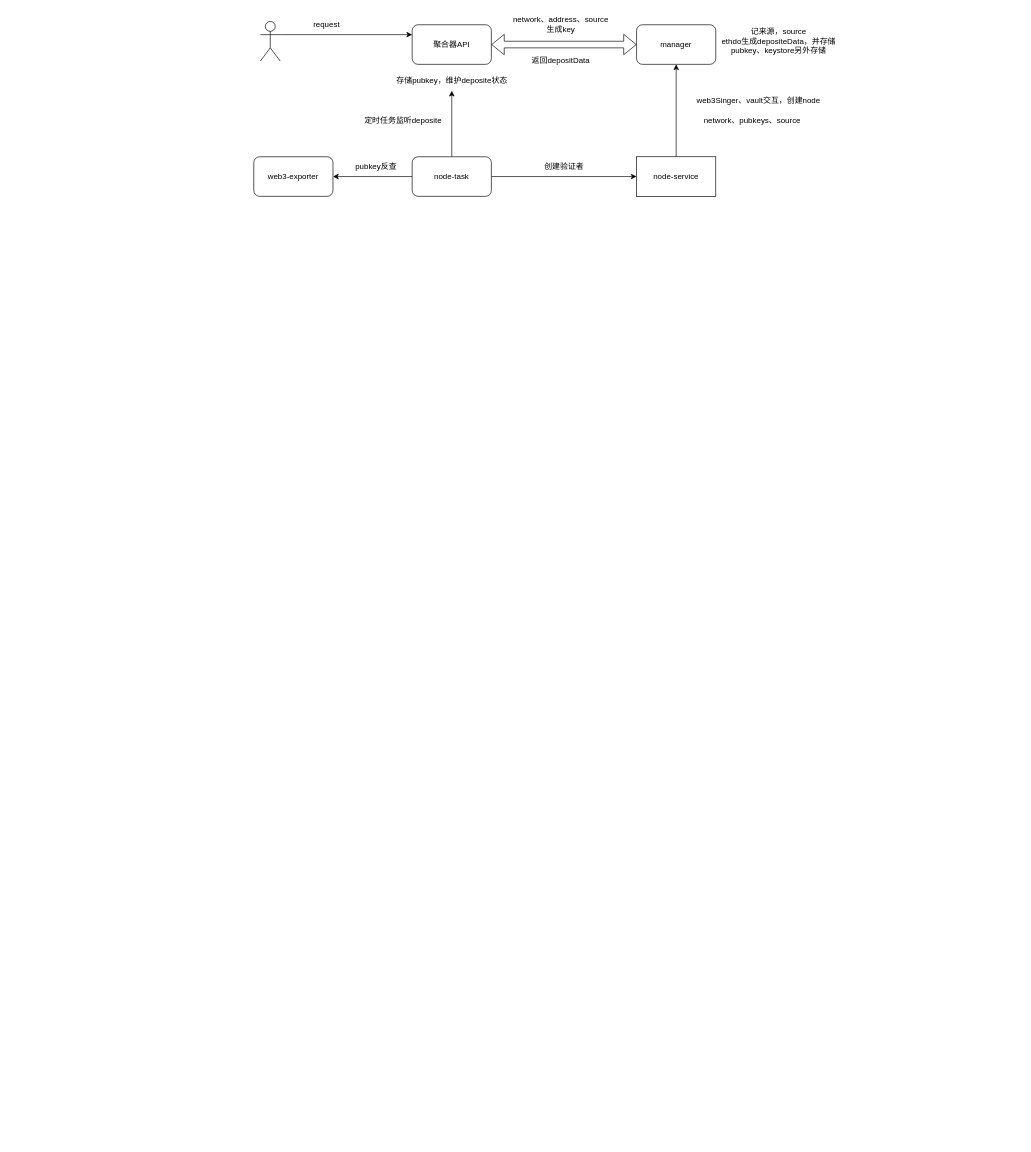
duktig666/draw.io keeps this draw.io diagram as project/web3/ETH2流程.drawio. Above is the earlier version. Source tidied: cells renumbered, new cells numbered last; positions are measured from the earlier drawing's top-left corner, leaving out a move shared by most shapes. Both pictures are drawn from the tidied source at 66%, with x=0, y=0 at pixel (253, 11).
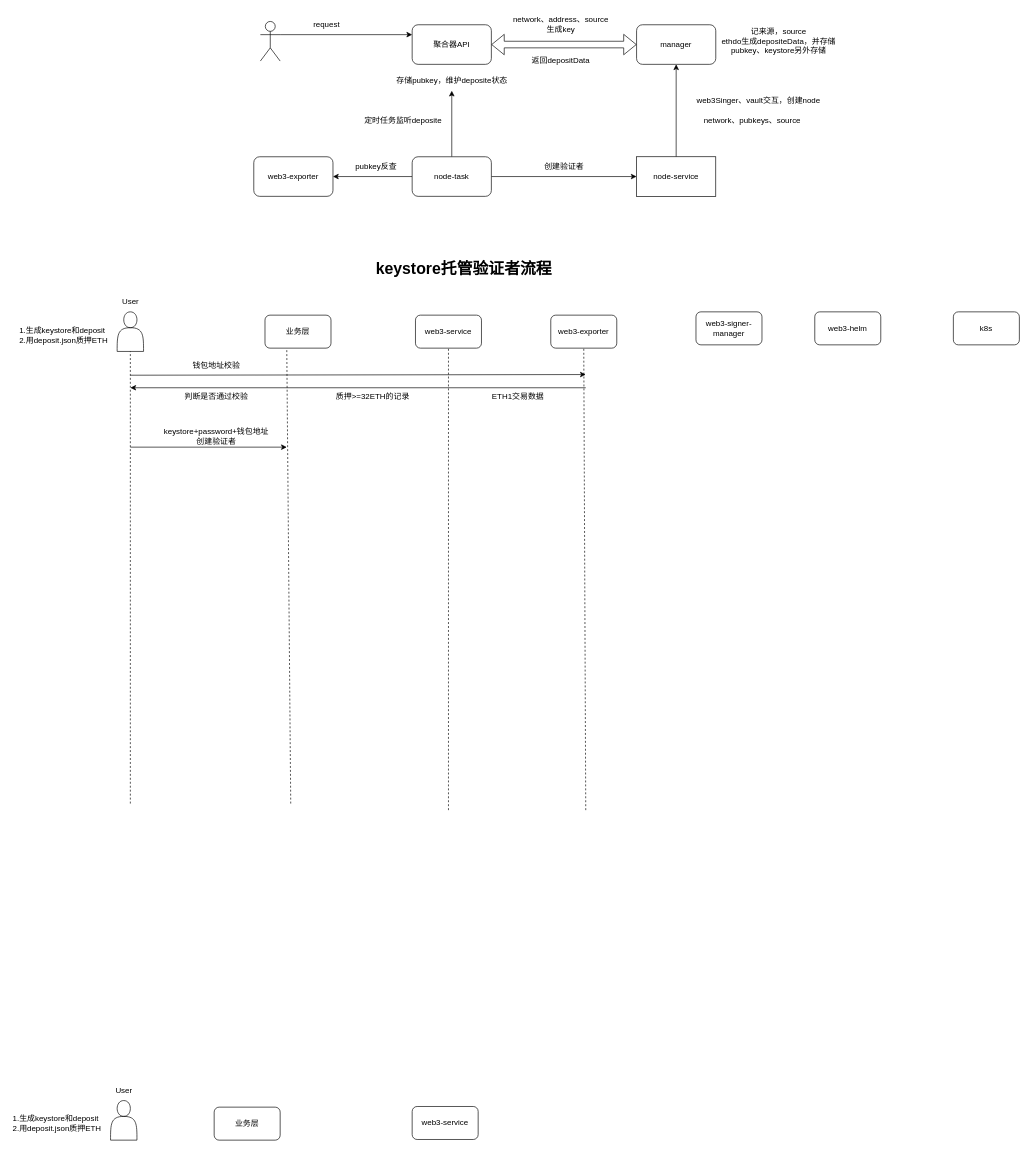
The same diagram, later.

What changed in the source:
```diff
@@
+    <mxCell id="24" value="&lt;font style=&quot;font-size: 24px;&quot;&gt;&lt;b&gt;keystore托管验证者流程&lt;/b&gt;&lt;/font&gt;" style="text;html=1;align=center;verticalAlign=middle;strokeColor=none;fillColor=none;" parent="1" vertex="1">
+      <mxGeometry x="173" y="370" width="290" height="40" as="geometry" />
+    </mxCell>
+    <mxCell id="25" style="shape=actor;whiteSpace=wrap;html=1;fontSize=24;" parent="1" vertex="1">
+      <mxGeometry x="-207" y="455" width="40" height="60" as="geometry" />
+    </mxCell>
+    <mxCell id="26" value="1.生成keystore和deposit&lt;br&gt;2.用deposit.json质押ETH" style="text;html=1;align=left;verticalAlign=middle;strokeColor=none;fillColor=none;fontSize=12;" parent="1" vertex="1">
+      <mxGeometry x="-357" y="470" width="160" height="40" as="geometry" />
+    </mxCell>
+    <mxCell id="27" style="endArrow=none;dashed=1;html=1;rounded=0;fontSize=12;entryX=0.5;entryY=1;entryDx=0;entryDy=0;" parent="1" edge="1" target="25">
+      <mxGeometry relative="1" as="geometry">
+        <mxPoint x="-187" y="1200" as="sourcePoint" />
+      </mxGeometry>
+    </mxCell>
+    <mxCell id="28" value="User" style="text;html=1;align=center;verticalAlign=middle;strokeColor=none;fillColor=none;fontSize=12;" parent="1" vertex="1">
+      <mxGeometry x="-212" y="425" width="50" height="30" as="geometry" />
+    </mxCell>
+    <mxCell id="29" value="业务层" style="rounded=1;whiteSpace=wrap;html=1;fontSize=12;" parent="1" vertex="1">
+      <mxGeometry x="17" y="460" width="100" height="50" as="geometry" />
+    </mxCell>
+    <mxCell id="30" value="web3-service" style="rounded=1;whiteSpace=wrap;html=1;fontSize=12;" parent="1" vertex="1">
+      <mxGeometry x="245" y="460" width="100" height="50" as="geometry" />
+    </mxCell>
+    <mxCell id="31" value="web3-signer-manager" style="rounded=1;whiteSpace=wrap;html=1;fontSize=12;" parent="1" vertex="1">
+      <mxGeometry x="670" y="455" width="100" height="50" as="geometry" />
+    </mxCell>
+    <mxCell id="32" value="web3-helm" style="rounded=1;whiteSpace=wrap;html=1;fontSize=12;" parent="1" vertex="1">
+      <mxGeometry x="850" y="455" width="100" height="50" as="geometry" />
+    </mxCell>
+    <mxCell id="33" value="k8s" style="rounded=1;whiteSpace=wrap;html=1;fontSize=12;" parent="1" vertex="1">
+      <mxGeometry x="1060" y="455" width="100" height="50" as="geometry" />
+    </mxCell>
+    <mxCell id="34" style="endArrow=classic;html=1;rounded=0;fontSize=12;" parent="1" edge="1">
+      <mxGeometry relative="1" as="geometry">
+        <mxPoint x="-187" y="660" as="sourcePoint" />
+        <mxPoint x="50" y="660" as="targetPoint" />
+      </mxGeometry>
+    </mxCell>
+    <mxCell id="35" value="keystore+password+钱包地址&lt;br&gt;创建验证者" style="text;html=1;align=center;verticalAlign=middle;strokeColor=none;fillColor=none;fontSize=12;" parent="1" vertex="1">
+      <mxGeometry x="-147" y="624" width="180" height="40" as="geometry" />
+    </mxCell>
+    <mxCell id="36" style="endArrow=none;dashed=1;html=1;rounded=0;fontSize=12;" parent="1" edge="1">
+      <mxGeometry relative="1" as="geometry">
+        <mxPoint x="56" y="1200" as="sourcePoint" />
+        <mxPoint x="50" y="510" as="targetPoint" />
+      </mxGeometry>
+    </mxCell>
+    <mxCell id="37" style="endArrow=classic;html=1;rounded=0;fontSize=12;" parent="1" edge="1">
+      <mxGeometry relative="1" as="geometry">
+        <mxPoint x="-187" y="551" as="sourcePoint" />
+        <mxPoint x="503" y="550" as="targetPoint" />
+      </mxGeometry>
+    </mxCell>
+    <mxCell id="38" value="钱包地址校验" style="text;html=1;align=center;verticalAlign=middle;strokeColor=none;fillColor=none;fontSize=12;" parent="1" vertex="1">
+      <mxGeometry x="-107" y="522" width="100" height="30" as="geometry" />
+    </mxCell>
+    <mxCell id="39" style="endArrow=none;dashed=1;html=1;rounded=0;fontSize=12;entryX=0.5;entryY=1;entryDx=0;entryDy=0;" parent="1" edge="1" target="30">
+      <mxGeometry relative="1" as="geometry">
+        <mxPoint x="295" y="1210" as="sourcePoint" />
+      </mxGeometry>
+    </mxCell>
+    <mxCell id="40" style="shape=actor;whiteSpace=wrap;html=1;fontSize=24;" parent="1" vertex="1">
+      <mxGeometry x="-217" y="1650" width="40" height="60" as="geometry" />
+    </mxCell>
+    <mxCell id="41" value="1.生成keystore和deposit&lt;br&gt;2.用deposit.json质押ETH" style="text;html=1;align=left;verticalAlign=middle;strokeColor=none;fillColor=none;fontSize=12;" parent="1" vertex="1">
+      <mxGeometry x="-367" y="1665" width="160" height="40" as="geometry" />
+    </mxCell>
+    <mxCell id="42" value="User" style="text;html=1;align=center;verticalAlign=middle;strokeColor=none;fillColor=none;fontSize=12;" parent="1" vertex="1">
+      <mxGeometry x="-222" y="1620" width="50" height="30" as="geometry" />
+    </mxCell>
+    <mxCell id="43" value="业务层" style="rounded=1;whiteSpace=wrap;html=1;fontSize=12;" parent="1" vertex="1">
+      <mxGeometry x="-60" y="1660" width="100" height="50" as="geometry" />
+    </mxCell>
+    <mxCell id="44" value="web3-exporter" style="rounded=1;whiteSpace=wrap;html=1;fontSize=12;" parent="1" vertex="1">
+      <mxGeometry x="450" y="460" width="100" height="50" as="geometry" />
+    </mxCell>
+    <mxCell id="45" style="endArrow=none;dashed=1;html=1;rounded=0;fontSize=12;entryX=0.5;entryY=1;entryDx=0;entryDy=0;" parent="1" edge="1" target="44">
+      <mxGeometry relative="1" as="geometry">
+        <mxPoint x="503" y="1210" as="sourcePoint" />
+      </mxGeometry>
+    </mxCell>
+    <mxCell id="46" value="web3-service" style="rounded=1;whiteSpace=wrap;html=1;fontSize=12;" parent="1" vertex="1">
+      <mxGeometry x="240" y="1659" width="100" height="50" as="geometry" />
+    </mxCell>
+    <mxCell id="47" style="endArrow=classic;html=1;rounded=0;fontSize=12;" parent="1" edge="1">
+      <mxGeometry relative="1" as="geometry">
+        <mxPoint x="503" y="570" as="sourcePoint" />
+        <mxPoint x="-187" y="570" as="targetPoint" />
+      </mxGeometry>
+    </mxCell>
+    <mxCell id="48" value="ETH1交易数据" style="text;html=1;align=center;verticalAlign=middle;strokeColor=none;fillColor=none;fontSize=12;" parent="1" vertex="1">
+      <mxGeometry x="350" y="569" width="100" height="30" as="geometry" />
+    </mxCell>
+    <mxCell id="49" value="质押&amp;gt;=32ETH的记录" style="text;html=1;align=center;verticalAlign=middle;strokeColor=none;fillColor=none;fontSize=12;" parent="1" vertex="1">
+      <mxGeometry x="115" y="569" width="130" height="30" as="geometry" />
+    </mxCell>
+    <mxCell id="50" value="判断是否通过校验" style="text;html=1;align=center;verticalAlign=middle;strokeColor=none;fillColor=none;fontSize=12;" parent="1" vertex="1">
+      <mxGeometry x="-117" y="569" width="120" height="30" as="geometry" />
+    </mxCell>
```
